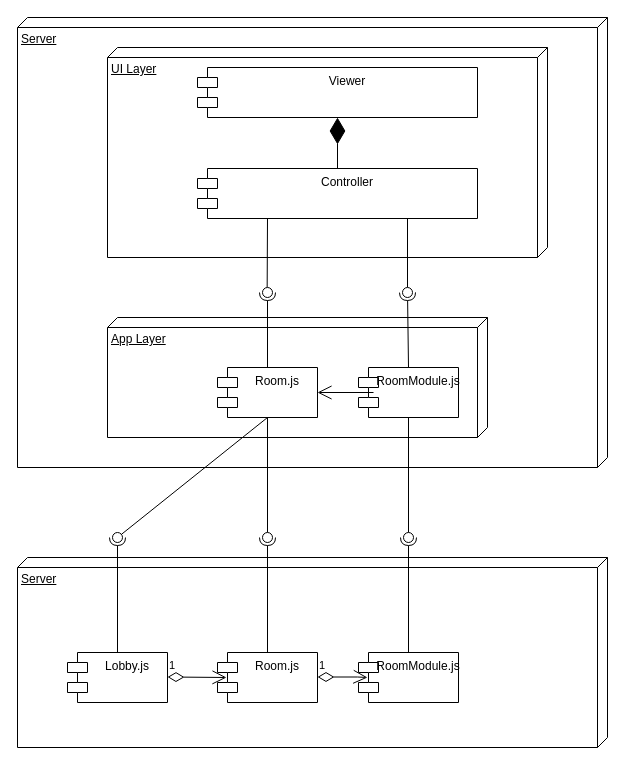
Earlier version of the draw.io diagram Untitled Diagram.drawio (doremi31618/Assets). Source tidied: cells renumbered, new cells numbered last; positions are measured from the earlier drawing's top-left corner, leaving out a move shared by most shapes. Both pictures are drawn from the tidied source at 100%, with x=0, y=0 at pixel (17, 17).
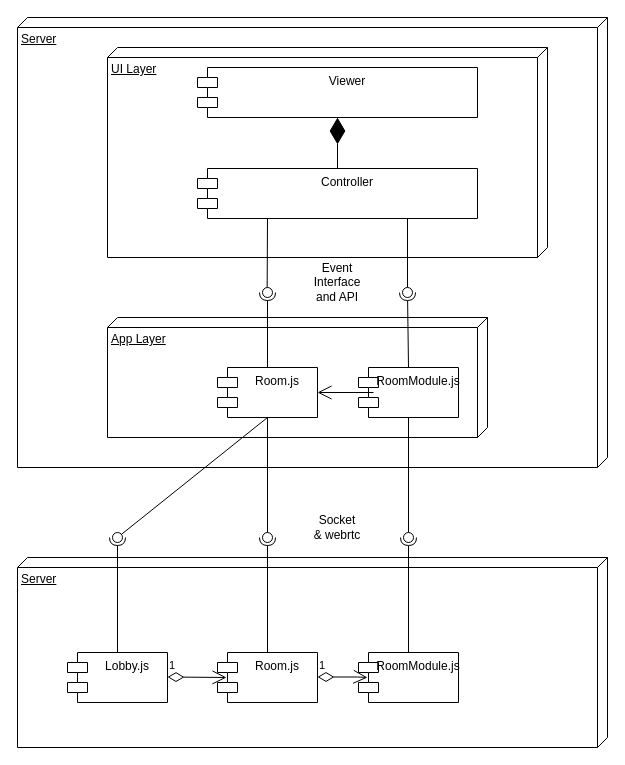
After the change.

Diff of the diagram source:
```diff
@@
+    <mxCell id="32" value="Event Interface&lt;br&gt;and API" style="text;strokeColor=none;align=center;fillColor=none;html=1;verticalAlign=middle;whiteSpace=wrap;rounded=0;" parent="1" vertex="1">
+      <mxGeometry x="290" y="250" width="60" height="30" as="geometry" />
+    </mxCell>
+    <mxCell id="33" value="Socket&lt;br&gt;&amp;amp; webrtc" style="text;strokeColor=none;align=center;fillColor=none;html=1;verticalAlign=middle;whiteSpace=wrap;rounded=0;" parent="1" vertex="1">
+      <mxGeometry x="290" y="495" width="60" height="30" as="geometry" />
+    </mxCell>
```
